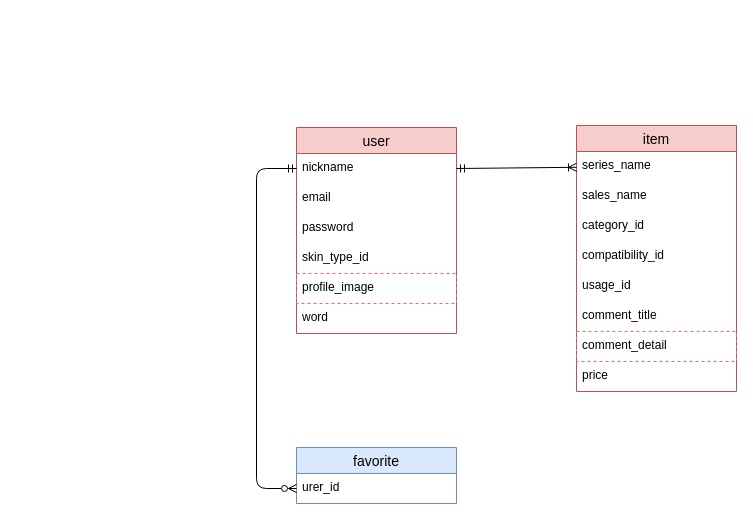
This is ER.dio from Muck023/fitskin, a draw.io file, before an edit. Source tidied: cells renumbered, new cells numbered last; positions are measured from the earlier drawing's top-left corner, leaving out a move shared by most shapes. Both pictures are drawn from the tidied source at 100%, with x=0, y=0 at pixel (256, 125).
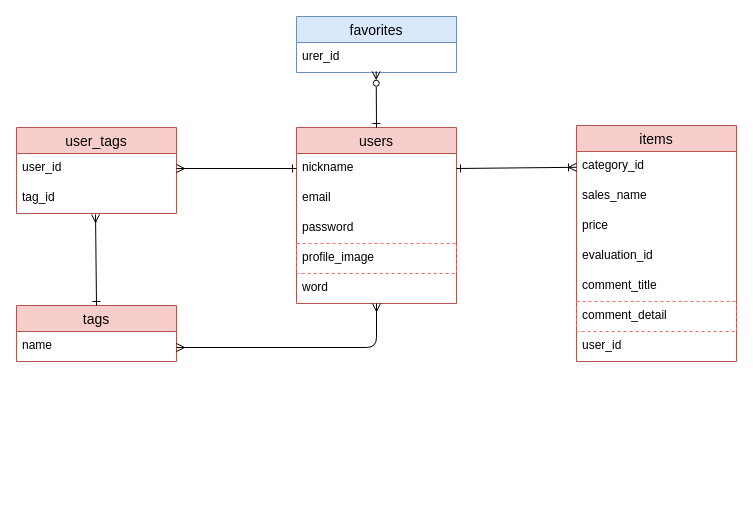
Above is the later version.

Unchanged cells that the change refers to:
```xml
<mxCell id="12" value="nickname" style="text;strokeColor=none;fillColor=none;spacingLeft=4;spacingRight=4;overflow=hidden;points=[[0,0.5],[1,0.5]];portConstraint=eastwest;fontSize=12;" parent="11" vertex="1">
  <mxGeometry y="26" width="160" height="30" as="geometry" />
</mxCell>
<mxCell id="19" value="urer_id" style="text;strokeColor=none;fillColor=none;spacingLeft=4;spacingRight=4;overflow=hidden;points=[[0,0.5],[1,0.5]];portConstraint=eastwest;fontSize=12;dashed=1;labelBackgroundColor=none;" parent="18" vertex="1">
  <mxGeometry y="26" width="160" height="30" as="geometry" />
</mxCell>
```

What changed in the source:
```diff
@@
-    <mxCell id="2" value="item" style="swimlane;fontStyle=0;horizontal=1;startSize=26;align=center;fontSize=14;labelBackgroundColor=none;fillColor=#f8cecc;strokeColor=#b85450;" parent="1" vertex="1">
-      <mxGeometry x="320" width="160" height="266" as="geometry" />
+    <mxCell id="2" value="items" style="swimlane;fontStyle=0;horizontal=1;startSize=26;align=center;fontSize=14;labelBackgroundColor=none;fillColor=#f8cecc;strokeColor=#b85450;" parent="1" vertex="1">
+      <mxGeometry x="320" width="160" height="236" as="geometry" />
     </mxCell>
-    <mxCell id="3" value="series_name" style="text;strokeColor=none;fillColor=none;spacingLeft=4;spacingRight=4;overflow=hidden;points=[[0,0.5],[1,0.5]];portConstraint=eastwest;fontSize=12;labelBackgroundColor=none;" parent="2" vertex="1">
-      <mxGeometry y="26" width="160" height="30" as="geometry" />
-    </mxCell>
+    <mxCell id="5" value="category_id" style="text;strokeColor=none;fillColor=none;spacingLeft=4;spacingRight=4;overflow=hidden;fontSize=12;labelBackgroundColor=none;" parent="2" vertex="1">
+      <mxGeometry y="26" width="160" height="30" as="geometry" />
+    </mxCell>
@@
-    <mxCell id="5" value="category_id" style="text;strokeColor=none;fillColor=none;spacingLeft=4;spacingRight=4;overflow=hidden;fontSize=12;labelBackgroundColor=none;" parent="2" vertex="1">
-      <mxGeometry y="86" width="160" height="30" as="geometry" />
-    </mxCell>
+    <mxCell id="10" value="price" style="text;strokeColor=none;fillColor=none;spacingLeft=4;spacingRight=4;overflow=hidden;fontSize=12;labelBackgroundColor=none;" parent="2" vertex="1">
+      <mxGeometry y="86" width="160" height="30" as="geometry" />
+    </mxCell>
-    <mxCell id="6" value="compatibility_id" style="text;strokeColor=none;fillColor=none;spacingLeft=4;spacingRight=4;overflow=hidden;fontSize=12;labelBackgroundColor=none;" parent="2" vertex="1">
+    <mxCell id="6" value="evaluation_id" style="text;strokeColor=none;fillColor=none;spacingLeft=4;spacingRight=4;overflow=hidden;fontSize=12;labelBackgroundColor=none;" parent="2" vertex="1">
       <mxGeometry y="116" width="160" height="30" as="geometry" />
     </mxCell>
-    <mxCell id="7" value="usage_id" style="text;strokeColor=none;fillColor=none;spacingLeft=4;spacingRight=4;overflow=hidden;fontSize=12;labelBackgroundColor=none;" parent="2" vertex="1">
-      <mxGeometry y="146" width="160" height="30" as="geometry" />
-    </mxCell>
     <mxCell id="8" value="comment_title" style="text;strokeColor=none;fillColor=none;spacingLeft=4;spacingRight=4;overflow=hidden;fontSize=12;labelBackgroundColor=none;" parent="2" vertex="1">
-      <mxGeometry y="176" width="160" height="30" as="geometry" />
+      <mxGeometry y="146" width="160" height="30" as="geometry" />
     </mxCell>
     <mxCell id="9" value="comment_detail" style="text;strokeColor=#FF6666;fillColor=none;spacingLeft=4;spacingRight=4;overflow=hidden;fontSize=12;labelBackgroundColor=none;dashed=1;" parent="2" vertex="1">
-      <mxGeometry y="206" width="160" height="30" as="geometry" />
+      <mxGeometry y="176" width="160" height="30" as="geometry" />
     </mxCell>
-    <mxCell id="10" value="price" style="text;strokeColor=none;fillColor=none;spacingLeft=4;spacingRight=4;overflow=hidden;fontSize=12;labelBackgroundColor=none;" parent="2" vertex="1">
-      <mxGeometry y="236" width="160" height="30" as="geometry" />
-    </mxCell>
+    <mxCell id="22" value="user_id" style="text;strokeColor=none;fillColor=none;spacingLeft=4;spacingRight=4;overflow=hidden;fontSize=12;labelBackgroundColor=none;dashed=1;" parent="2" vertex="1">
+      <mxGeometry y="206" width="160" height="30" as="geometry" />
+    </mxCell>
-    <mxCell id="11" value="user" style="swimlane;fontStyle=0;horizontal=1;startSize=26;align=center;fontSize=14;labelBackgroundColor=none;fillColor=#f8cecc;strokeColor=#b85450;" parent="1" vertex="1">
-      <mxGeometry x="40" y="2" width="160" height="206" as="geometry" />
+    <mxCell id="11" value="users" style="swimlane;fontStyle=0;horizontal=1;startSize=26;align=center;fontSize=14;labelBackgroundColor=none;fillColor=#f8cecc;strokeColor=#b85450;" parent="1" vertex="1">
+      <mxGeometry x="40" y="2" width="160" height="176" as="geometry" />
     </mxCell>
@@
-    <mxCell id="15" value="skin_type_id" style="text;strokeColor=none;fillColor=none;spacingLeft=4;spacingRight=4;overflow=hidden;fontSize=12;" parent="11" vertex="1">
-      <mxGeometry y="116" width="160" height="30" as="geometry" />
-    </mxCell>
     <mxCell id="16" value="profile_image" style="text;strokeColor=#FF6666;fillColor=none;spacingLeft=4;spacingRight=4;overflow=hidden;fontSize=12;dashed=1;strokeWidth=1;" parent="11" vertex="1">
-      <mxGeometry y="146" width="160" height="30" as="geometry" />
+      <mxGeometry y="116" width="160" height="30" as="geometry" />
     </mxCell>
     <mxCell id="17" value="word" style="text;strokeColor=none;fillColor=none;spacingLeft=4;spacingRight=4;overflow=hidden;points=[[0,0.5],[1,0.5]];portConstraint=eastwest;fontSize=12;dashed=1;" parent="11" vertex="1">
-      <mxGeometry y="176" width="160" height="30" as="geometry" />
+      <mxGeometry y="146" width="160" height="30" as="geometry" />
     </mxCell>
-    <mxCell id="18" value="favorite" style="swimlane;fontStyle=0;horizontal=1;startSize=26;align=center;fontSize=14;labelBackgroundColor=none;strokeColor=#6c8ebf;strokeWidth=1;fillColor=#dae8fc;" parent="1" vertex="1">
-      <mxGeometry x="40" y="322" width="160" height="56" as="geometry" />
+    <mxCell id="18" value="favorites" style="swimlane;fontStyle=0;horizontal=1;startSize=26;align=center;fontSize=14;labelBackgroundColor=none;strokeColor=#6c8ebf;strokeWidth=1;fillColor=#dae8fc;" parent="1" vertex="1">
+      <mxGeometry x="40" y="-109" width="160" height="56" as="geometry" />
     </mxCell>
@@
-    <mxCell id="20" style="edgeStyle=none;html=1;exitX=1;exitY=0.5;exitDx=0;exitDy=0;startArrow=ERmandOne;startFill=0;endArrow=ERoneToMany;endFill=0;" parent="1" edge="1" source="12" target="3">
-      <mxGeometry relative="1" as="geometry" />
+    <mxCell id="20" style="edgeStyle=none;html=1;exitX=1;exitY=0.5;exitDx=0;exitDy=0;startArrow=ERone;startFill=0;endArrow=ERoneToMany;endFill=0;" parent="1" edge="1" source="12">
+      <mxGeometry relative="1" as="geometry">
+        <mxPoint x="320" y="41.8" as="targetPoint" />
+      </mxGeometry>
     </mxCell>
-    <mxCell id="21" style="edgeStyle=none;html=1;exitX=0;exitY=0.5;exitDx=0;exitDy=0;entryX=0;entryY=0.5;entryDx=0;entryDy=0;startArrow=ERmandOne;startFill=0;endArrow=ERzeroToMany;endFill=0;" parent="1" edge="1" source="12" target="19">
-      <mxGeometry relative="1" as="geometry">
-        <Array as="points">
-          <mxPoint y="43" />
-          <mxPoint y="363" />
-        </Array>
-      </mxGeometry>
+    <mxCell id="21" style="edgeStyle=none;html=1;startArrow=ERone;startFill=0;endArrow=ERzeroToMany;endFill=0;exitX=0.5;exitY=0;exitDx=0;exitDy=0;entryX=0.498;entryY=0.959;entryDx=0;entryDy=0;entryPerimeter=0;" parent="1" edge="1" source="11" target="19">
+      <mxGeometry relative="1" as="geometry" />
     </mxCell>
+    <mxCell id="23" value="user_tags" style="swimlane;fontStyle=0;horizontal=1;startSize=26;align=center;fontSize=14;labelBackgroundColor=none;fillColor=#f8cecc;strokeColor=#b85450;" parent="1" vertex="1">
+      <mxGeometry x="-240" y="2" width="160" height="86" as="geometry" />
+    </mxCell>
+    <mxCell id="24" value="user_id" style="text;strokeColor=none;fillColor=none;spacingLeft=4;spacingRight=4;overflow=hidden;points=[[0,0.5],[1,0.5]];portConstraint=eastwest;fontSize=12;" parent="23" vertex="1">
+      <mxGeometry y="26" width="160" height="30" as="geometry" />
+    </mxCell>
+    <mxCell id="25" value="tag_id" style="text;strokeColor=none;fillColor=none;spacingLeft=4;spacingRight=4;overflow=hidden;points=[[0,0.5],[1,0.5]];portConstraint=eastwest;fontSize=12;" parent="23" vertex="1">
+      <mxGeometry y="56" width="160" height="30" as="geometry" />
+    </mxCell>
+    <mxCell id="26" value="tags" style="swimlane;fontStyle=0;horizontal=1;startSize=26;align=center;fontSize=14;labelBackgroundColor=none;fillColor=#f8cecc;strokeColor=#b85450;" parent="1" vertex="1">
+      <mxGeometry x="-240" y="180" width="160" height="56" as="geometry" />
+    </mxCell>
+    <mxCell id="27" value="name" style="text;strokeColor=none;fillColor=none;spacingLeft=4;spacingRight=4;overflow=hidden;fontSize=12;" parent="26" vertex="1">
+      <mxGeometry y="26" width="160" height="30" as="geometry" />
+    </mxCell>
+    <mxCell id="28" style="edgeStyle=none;html=1;startArrow=ERone;startFill=0;endArrow=ERmany;endFill=0;entryX=1;entryY=0.5;entryDx=0;entryDy=0;exitX=0;exitY=0.5;exitDx=0;exitDy=0;" parent="1" edge="1" source="12" target="24">
+      <mxGeometry relative="1" as="geometry" />
+    </mxCell>
+    <mxCell id="29" style="edgeStyle=none;html=1;startArrow=ERone;startFill=0;endArrow=ERmany;endFill=0;entryX=0.494;entryY=1.031;entryDx=0;entryDy=0;entryPerimeter=0;exitX=0.5;exitY=0;exitDx=0;exitDy=0;" parent="1" edge="1" source="26" target="25">
+      <mxGeometry relative="1" as="geometry" />
+    </mxCell>
+    <mxCell id="30" style="edgeStyle=none;html=1;exitX=1;exitY=0.75;exitDx=0;exitDy=0;startArrow=ERmany;startFill=0;endArrow=ERmany;endFill=0;" parent="1" edge="1" source="26" target="17">
+      <mxGeometry relative="1" as="geometry">
+        <Array as="points">
+          <mxPoint x="120" y="222" />
+        </Array>
+      </mxGeometry>
+    </mxCell>
```
